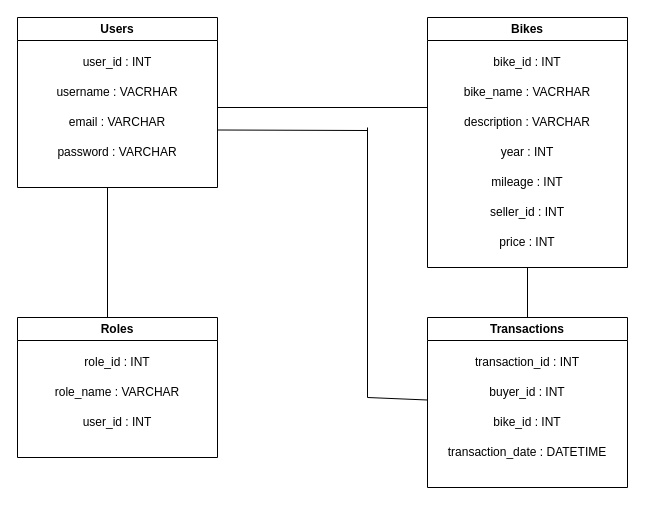
Above: DataBase Activity/Schema_Diagram.drawio in sarthak7145/Induction_Activity_Sankey (draw.io), before the change. Source tidied: cells renumbered, new cells numbered last; positions are measured from the earlier drawing's top-left corner, leaving out a move shared by most shapes. Both pictures are drawn from the tidied source at 100%, with x=0, y=0 at pixel (17, 17).
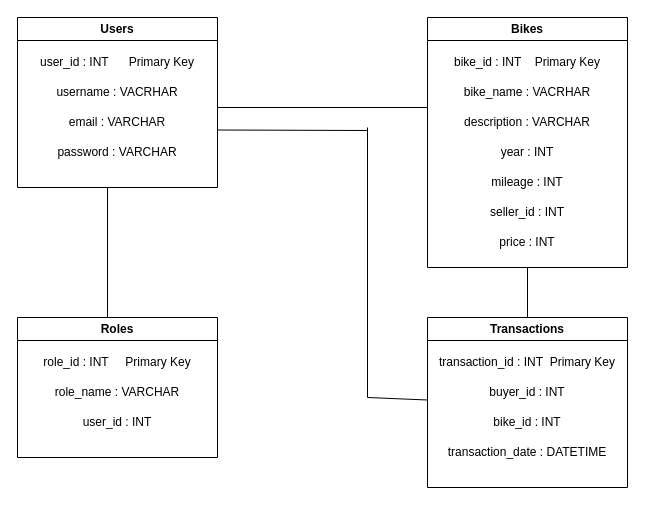
After the change.

Commit message (it also covers changes not shown here):
Changed the schema diagram

The change refers to these unchanged cells:
```xml
<mxCell id="2" value="Users" style="swimlane;whiteSpace=wrap;html=1;" parent="1" vertex="1">
  <mxGeometry width="200" height="170" as="geometry" />
</mxCell>
<mxCell id="7" value="Transactions" style="swimlane;whiteSpace=wrap;html=1;" parent="1" vertex="1">
  <mxGeometry x="410" y="300" width="200" height="170" as="geometry" />
</mxCell>
<mxCell id="12" value="Bikes" style="swimlane;whiteSpace=wrap;html=1;" parent="1" vertex="1">
  <mxGeometry x="410" width="200" height="250" as="geometry" />
</mxCell>
<mxCell id="20" value="Roles" style="swimlane;whiteSpace=wrap;html=1;" parent="1" vertex="1">
  <mxGeometry y="300" width="200" height="140" as="geometry" />
</mxCell>
```

Change to the diagram source:
```diff
@@
-    <mxCell id="3" value="user_id : INT" style="text;html=1;align=center;verticalAlign=middle;whiteSpace=wrap;rounded=0;" parent="2" vertex="1">
+    <mxCell id="3" value="user_id : INT&amp;nbsp; &amp;nbsp; &amp;nbsp; Primary Key" style="text;html=1;align=center;verticalAlign=middle;whiteSpace=wrap;rounded=0;" parent="2" vertex="1">
       <mxGeometry y="30" width="200" height="30" as="geometry" />
     </mxCell>
@@
-    <mxCell id="8" value="transaction_id : INT" style="text;html=1;align=center;verticalAlign=middle;whiteSpace=wrap;rounded=0;" parent="7" vertex="1">
+    <mxCell id="8" value="transaction_id : INT&amp;nbsp; Primary Key" style="text;html=1;align=center;verticalAlign=middle;whiteSpace=wrap;rounded=0;" parent="7" vertex="1">
       <mxGeometry y="30" width="200" height="30" as="geometry" />
     </mxCell>
@@
-    <mxCell id="13" value="bike_id : INT" style="text;html=1;align=center;verticalAlign=middle;whiteSpace=wrap;rounded=0;" parent="12" vertex="1">
+    <mxCell id="13" value="bike_id : INT&amp;nbsp; &amp;nbsp; Primary Key" style="text;html=1;align=center;verticalAlign=middle;whiteSpace=wrap;rounded=0;" parent="12" vertex="1">
       <mxGeometry y="30" width="200" height="30" as="geometry" />
     </mxCell>
@@
-    <mxCell id="21" value="role_id : INT" style="text;html=1;align=center;verticalAlign=middle;whiteSpace=wrap;rounded=0;" parent="20" vertex="1">
+    <mxCell id="21" value="role_id : INT&amp;nbsp; &amp;nbsp; &amp;nbsp;Primary Key" style="text;html=1;align=center;verticalAlign=middle;whiteSpace=wrap;rounded=0;" parent="20" vertex="1">
       <mxGeometry y="30" width="200" height="30" as="geometry" />
     </mxCell>
```
